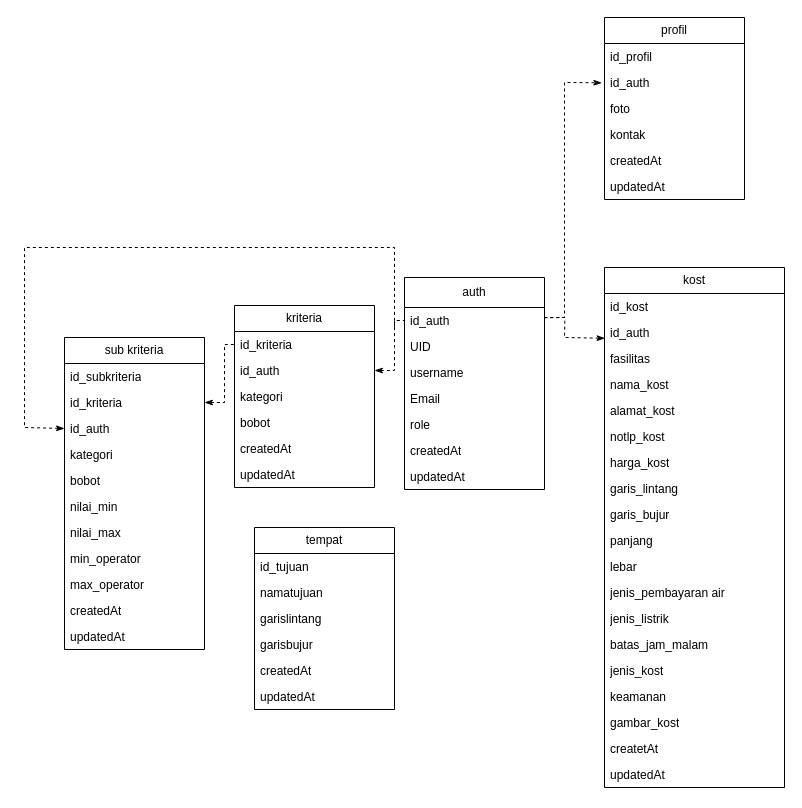
Before: page "Class Diagram" (1 of 2) of drawio/class digaram.drawio in HANNN-YOLO/skripsi, a draw.io diagram. Source tidied: cells renumbered, new cells numbered last; positions are measured from the earlier drawing's top-left corner, leaving out a move shared by most shapes. Both pictures are drawn from the tidied source at 100%, with x=0, y=0 at pixel (24, 17).
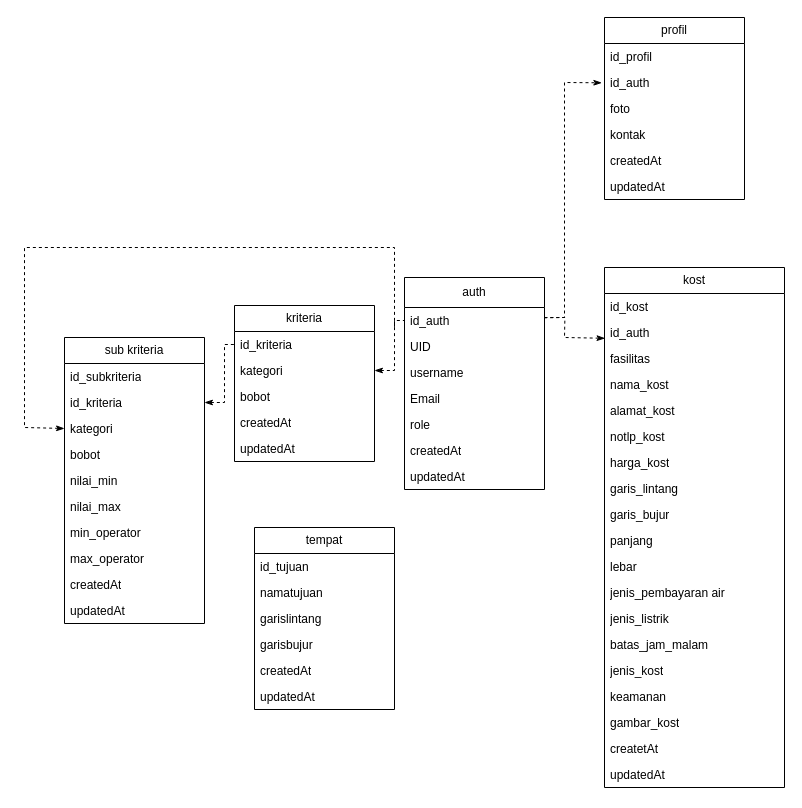
The same diagram, later.

Unchanged cells that the change refers to:
```xml
<mxCell id="3" value="id_auth&amp;nbsp;&lt;div&gt;&lt;br&gt;&lt;/div&gt;" style="text;strokeColor=none;fillColor=none;align=left;verticalAlign=top;spacingLeft=4;spacingRight=4;overflow=hidden;points=[[0,0.5],[1,0.5]];portConstraint=eastwest;whiteSpace=wrap;html=1;" parent="2" vertex="1">
  <mxGeometry y="30" width="140" height="26" as="geometry" />
</mxCell>
```

What changed in the source:
```diff
@@
     <mxCell id="37" value="kriteria" style="swimlane;fontStyle=0;horizontal=1;startSize=26;fillColor=none;whiteSpace=wrap;html=1;" parent="1" vertex="1">
-      <mxGeometry x="210" y="288" width="140" height="182" as="geometry" />
+      <mxGeometry x="210" y="288" width="140" height="156" as="geometry" />
     </mxCell>
@@
-    <mxCell id="39" value="id_auth" style="text;strokeColor=none;fillColor=none;align=left;verticalAlign=top;spacingLeft=4;spacingRight=4;overflow=hidden;points=[[0,0.5],[1,0.5]];portConstraint=eastwest;whiteSpace=wrap;html=1;" parent="37" vertex="1">
-      <mxGeometry y="52" width="140" height="26" as="geometry" />
-    </mxCell>
     <mxCell id="40" value="kategori" style="text;strokeColor=none;fillColor=none;align=left;verticalAlign=top;spacingLeft=4;spacingRight=4;overflow=hidden;whiteSpace=wrap;html=1;" parent="37" vertex="1">
-      <mxGeometry y="78" width="140" height="26" as="geometry" />
+      <mxGeometry y="52" width="140" height="26" as="geometry" />
     </mxCell>
     <mxCell id="41" value="bobot" style="text;strokeColor=none;fillColor=none;align=left;verticalAlign=top;spacingLeft=4;spacingRight=4;overflow=hidden;whiteSpace=wrap;html=1;" parent="37" vertex="1">
-      <mxGeometry y="104" width="140" height="26" as="geometry" />
+      <mxGeometry y="78" width="140" height="26" as="geometry" />
     </mxCell>
     <mxCell id="42" value="createdAt" style="text;strokeColor=none;fillColor=none;align=left;verticalAlign=top;spacingLeft=4;spacingRight=4;overflow=hidden;whiteSpace=wrap;html=1;" parent="37" vertex="1">
-      <mxGeometry y="130" width="140" height="26" as="geometry" />
+      <mxGeometry y="104" width="140" height="26" as="geometry" />
     </mxCell>
     <mxCell id="43" value="updatedAt" style="text;strokeColor=none;fillColor=none;align=left;verticalAlign=top;spacingLeft=4;spacingRight=4;overflow=hidden;whiteSpace=wrap;html=1;" parent="37" vertex="1">
-      <mxGeometry y="156" width="140" height="26" as="geometry" />
+      <mxGeometry y="130" width="140" height="26" as="geometry" />
     </mxCell>
     <mxCell id="44" value="sub kriteria" style="swimlane;fontStyle=0;horizontal=1;startSize=26;fillColor=none;whiteSpace=wrap;html=1;" parent="1" vertex="1">
-      <mxGeometry x="40" y="320" width="140" height="312" as="geometry" />
+      <mxGeometry x="40" y="320" width="140" height="286" as="geometry" />
     </mxCell>
@@
-    <mxCell id="47" value="id_auth" style="text;strokeColor=none;fillColor=none;align=left;verticalAlign=top;spacingLeft=4;spacingRight=4;overflow=hidden;points=[[0,0.5],[1,0.5]];portConstraint=eastwest;whiteSpace=wrap;html=1;" parent="44" vertex="1">
-      <mxGeometry y="78" width="140" height="26" as="geometry" />
-    </mxCell>
     <mxCell id="48" value="kategori&lt;div&gt;&lt;br&gt;&lt;/div&gt;" style="text;strokeColor=none;fillColor=none;align=left;verticalAlign=top;spacingLeft=4;spacingRight=4;overflow=hidden;whiteSpace=wrap;html=1;" parent="44" vertex="1">
-      <mxGeometry y="104" width="140" height="26" as="geometry" />
+      <mxGeometry y="78" width="140" height="26" as="geometry" />
     </mxCell>
     <mxCell id="49" value="bobot&amp;nbsp;" style="text;strokeColor=none;fillColor=none;align=left;verticalAlign=top;spacingLeft=4;spacingRight=4;overflow=hidden;whiteSpace=wrap;html=1;" parent="44" vertex="1">
-      <mxGeometry y="130" width="140" height="26" as="geometry" />
+      <mxGeometry y="104" width="140" height="26" as="geometry" />
     </mxCell>
     <mxCell id="50" value="nilai_min" style="text;strokeColor=none;fillColor=none;align=left;verticalAlign=top;spacingLeft=4;spacingRight=4;overflow=hidden;whiteSpace=wrap;html=1;" parent="44" vertex="1">
-      <mxGeometry y="156" width="140" height="26" as="geometry" />
+      <mxGeometry y="130" width="140" height="26" as="geometry" />
     </mxCell>
     <mxCell id="51" value="nilai_max&lt;div&gt;&lt;br&gt;&lt;/div&gt;" style="text;strokeColor=none;fillColor=none;align=left;verticalAlign=top;spacingLeft=4;spacingRight=4;overflow=hidden;whiteSpace=wrap;html=1;" parent="44" vertex="1">
-      <mxGeometry y="182" width="140" height="26" as="geometry" />
+      <mxGeometry y="156" width="140" height="26" as="geometry" />
     </mxCell>
     <mxCell id="52" value="min_operator" style="text;strokeColor=none;fillColor=none;align=left;verticalAlign=top;spacingLeft=4;spacingRight=4;overflow=hidden;whiteSpace=wrap;html=1;" parent="44" vertex="1">
-      <mxGeometry y="208" width="140" height="26" as="geometry" />
+      <mxGeometry y="182" width="140" height="26" as="geometry" />
     </mxCell>
     <mxCell id="53" value="max_operator" style="text;strokeColor=none;fillColor=none;align=left;verticalAlign=top;spacingLeft=4;spacingRight=4;overflow=hidden;whiteSpace=wrap;html=1;" parent="44" vertex="1">
-      <mxGeometry y="234" width="140" height="26" as="geometry" />
+      <mxGeometry y="208" width="140" height="26" as="geometry" />
     </mxCell>
     <mxCell id="54" value="createdAt" style="text;strokeColor=none;fillColor=none;align=left;verticalAlign=top;spacingLeft=4;spacingRight=4;overflow=hidden;whiteSpace=wrap;html=1;" parent="44" vertex="1">
-      <mxGeometry y="260" width="140" height="26" as="geometry" />
+      <mxGeometry y="234" width="140" height="26" as="geometry" />
     </mxCell>
     <mxCell id="55" value="updatedAt" style="text;strokeColor=none;fillColor=none;align=left;verticalAlign=top;spacingLeft=4;spacingRight=4;overflow=hidden;whiteSpace=wrap;html=1;" parent="44" vertex="1">
-      <mxGeometry y="286" width="140" height="26" as="geometry" />
+      <mxGeometry y="260" width="140" height="26" as="geometry" />
     </mxCell>
-    <mxCell id="56" style="endArrow=none;dashed=1;html=1;rounded=0;exitX=0;exitY=0.5;exitDx=0;exitDy=0;startArrow=classicThin;startFill=1;" parent="1" edge="1" source="47">
+    <mxCell id="56" style="endArrow=none;dashed=1;html=1;rounded=0;exitX=0;exitY=0.5;exitDx=0;exitDy=0;startArrow=classicThin;startFill=1;" parent="1" edge="1">
       <mxGeometry relative="1" as="geometry">
+        <mxPoint x="40" y="411" as="sourcePoint" />
         <mxPoint x="370" y="310" as="targetPoint" />
         <Array as="points">
           <mxPoint y="410" />
           <mxPoint y="230" />
           <mxPoint x="370" y="230" />
         </Array>
       </mxGeometry>
     </mxCell>
@@
-    <mxCell id="60" style="endArrow=none;dashed=1;html=1;rounded=0;entryX=0;entryY=0.5;entryDx=0;entryDy=0;exitX=1;exitY=0.5;exitDx=0;exitDy=0;startArrow=classicThin;startFill=1;" parent="1" edge="1" source="39" target="3">
+    <mxCell id="60" style="endArrow=none;dashed=1;html=1;rounded=0;entryX=0;entryY=0.5;entryDx=0;entryDy=0;exitX=1;exitY=0.5;exitDx=0;exitDy=0;startArrow=classicThin;startFill=1;" parent="1" edge="1" target="3">
       <mxGeometry relative="1" as="geometry">
+        <mxPoint x="350" y="353" as="sourcePoint" />
         <Array as="points">
           <mxPoint x="370" y="353" />
           <mxPoint x="370" y="330" />
           <mxPoint x="370" y="303" />
         </Array>
       </mxGeometry>
     </mxCell>
```
